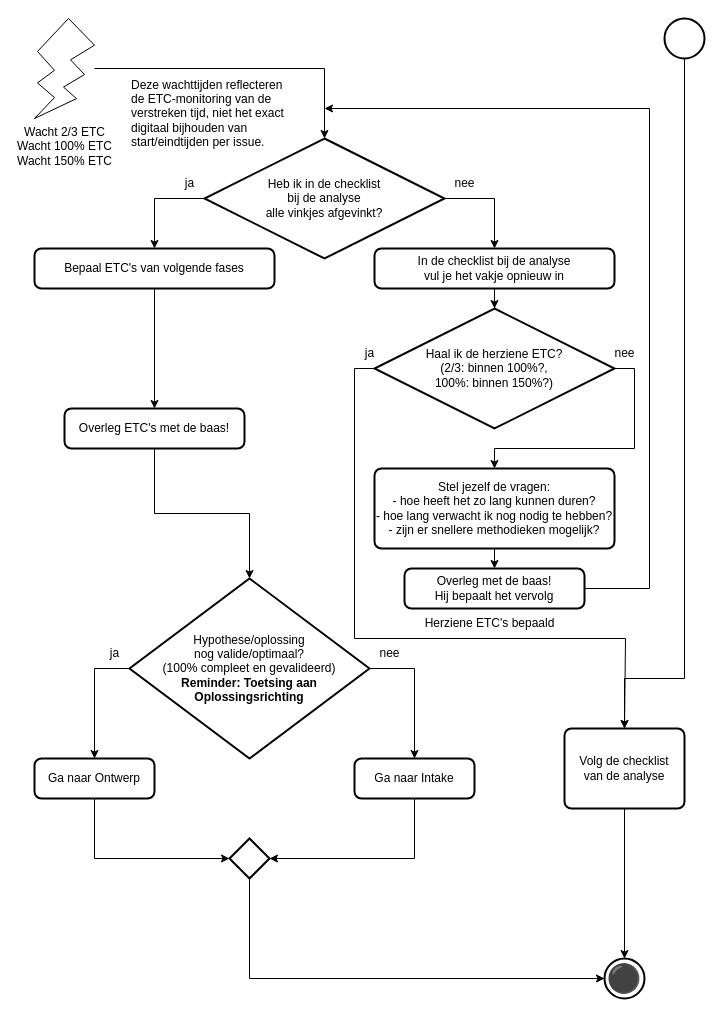
Above: 2 Issue Tracker analyse.drawio in Zaibatsu89/IssueTracker (draw.io), before the change. Source tidied: cells renumbered, new cells numbered last; positions are measured from the earlier drawing's top-left corner, leaving out a move shared by most shapes. Both pictures are drawn from the tidied source at 100%, with x=0, y=0 at pixel (34, 18).
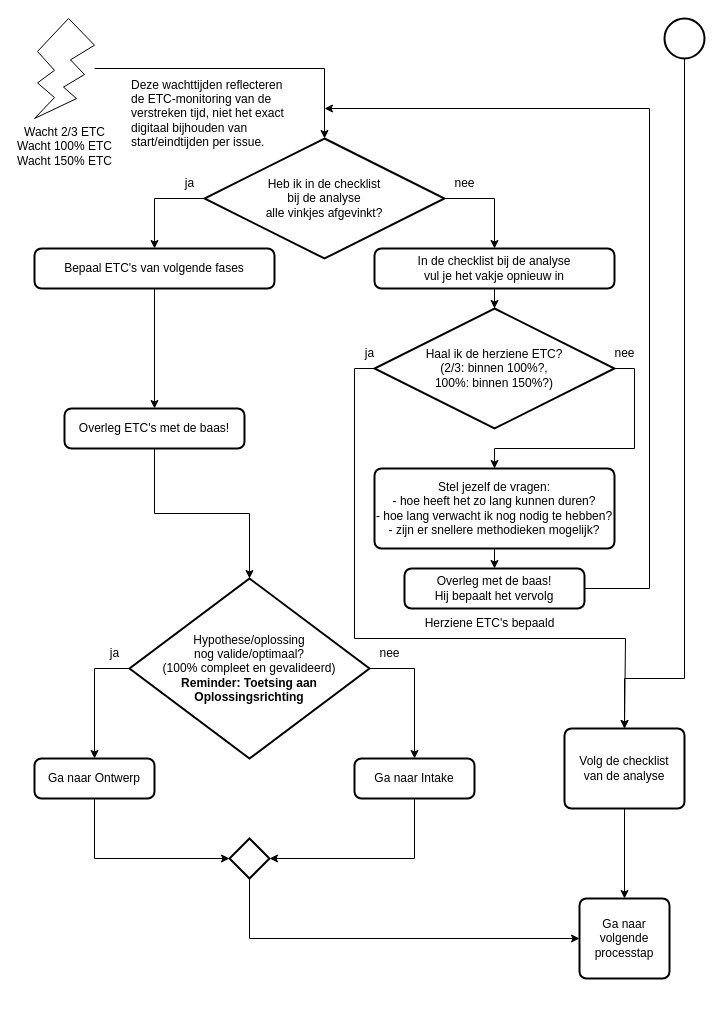
The same page after the edit.

Commit message (it also covers changes not shown here):
Vervang zwarte bolletje door "Ga naar volgende processtap" in flowcharts

Unchanged cells that the change refers to:
```xml
<mxCell id="17" style="strokeWidth=2;html=1;shape=mxgraph.flowchart.decision;whiteSpace=wrap;" parent="1" vertex="1">
  <mxGeometry x="195" y="820" width="40" height="40" as="geometry" />
</mxCell>
<mxCell id="35" value="Volg de checklist&lt;br&gt;van de analyse" style="rounded=1;whiteSpace=wrap;html=1;absoluteArcSize=1;arcSize=14;strokeWidth=2;" parent="1" vertex="1">
  <mxGeometry x="530" y="710" width="120" height="80" as="geometry" />
</mxCell>
```

Change to the diagram source:
```diff
@@
-    <mxCell id="11" value="⚫" style="strokeWidth=2;html=1;shape=mxgraph.flowchart.start_2;whiteSpace=wrap;fillColor=none;fontSize=28;" parent="1" vertex="1">
-      <mxGeometry x="570" y="940" width="40" height="40" as="geometry" />
-    </mxCell>
@@
-    <mxCell id="24" style="edgeStyle=orthogonalEdgeStyle;rounded=0;jettySize=auto;html=1;exitX=0.5;exitY=1;exitDx=0;exitDy=0;exitPerimeter=0;entryX=0;entryY=0.5;entryDx=0;entryDy=0;entryPerimeter=0;" parent="1" edge="1" source="17" target="11">
+    <mxCell id="24" style="edgeStyle=orthogonalEdgeStyle;rounded=0;jettySize=auto;html=1;exitX=0.5;exitY=1;exitDx=0;exitDy=0;exitPerimeter=0;entryX=0;entryY=0.5;entryDx=0;entryDy=0;" parent="1" edge="1" source="17" target="42">
       <mxGeometry relative="1" as="geometry" />
     </mxCell>
@@
-    <mxCell id="36" style="edgeStyle=orthogonalEdgeStyle;rounded=0;jettySize=auto;html=1;exitX=0.5;exitY=1;exitDx=0;exitDy=0;entryX=0.5;entryY=0;entryDx=0;entryDy=0;entryPerimeter=0;" parent="1" edge="1" source="35" target="11">
+    <mxCell id="36" style="edgeStyle=orthogonalEdgeStyle;rounded=0;jettySize=auto;html=1;exitX=0.5;exitY=1;exitDx=0;exitDy=0;entryX=0.5;entryY=0;entryDx=0;entryDy=0;" parent="1" edge="1" source="35" target="42">
       <mxGeometry relative="1" as="geometry" />
     </mxCell>
@@
+    <mxCell id="42" value="Ga naar&lt;br&gt;volgende&lt;br&gt;processtap" style="rounded=1;whiteSpace=wrap;html=1;absoluteArcSize=1;arcSize=14;strokeWidth=2;" parent="1" vertex="1">
+      <mxGeometry x="545" y="880" width="90" height="80" as="geometry" />
+    </mxCell>
```
